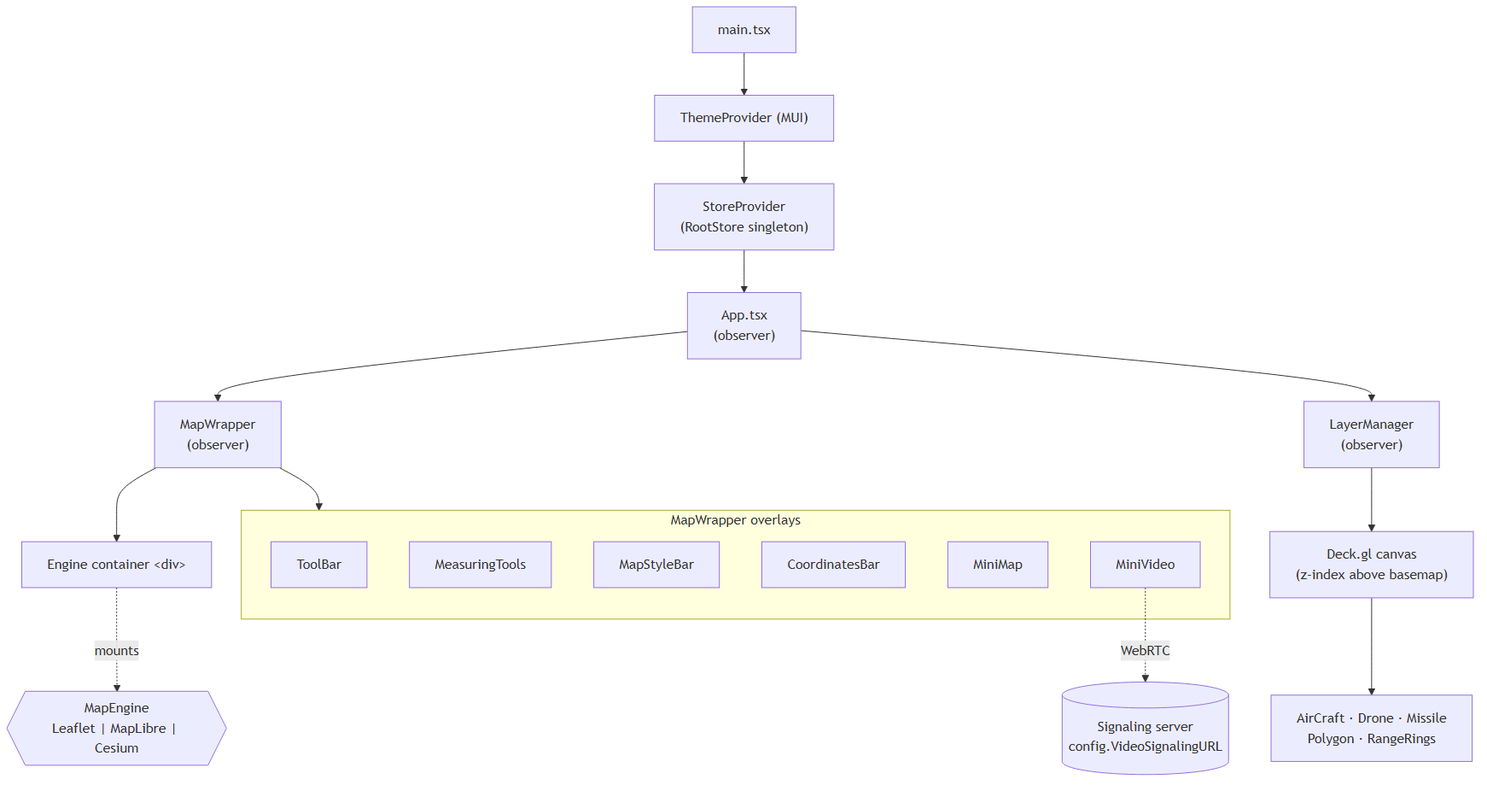
Before: src/assets/diagrams/01-architecture-overview.png, a diagram exported from Mermaid (abergwer/MapApp). Its source is kept beside it as src/assets/diagrams/01-architecture-overview.mmd.
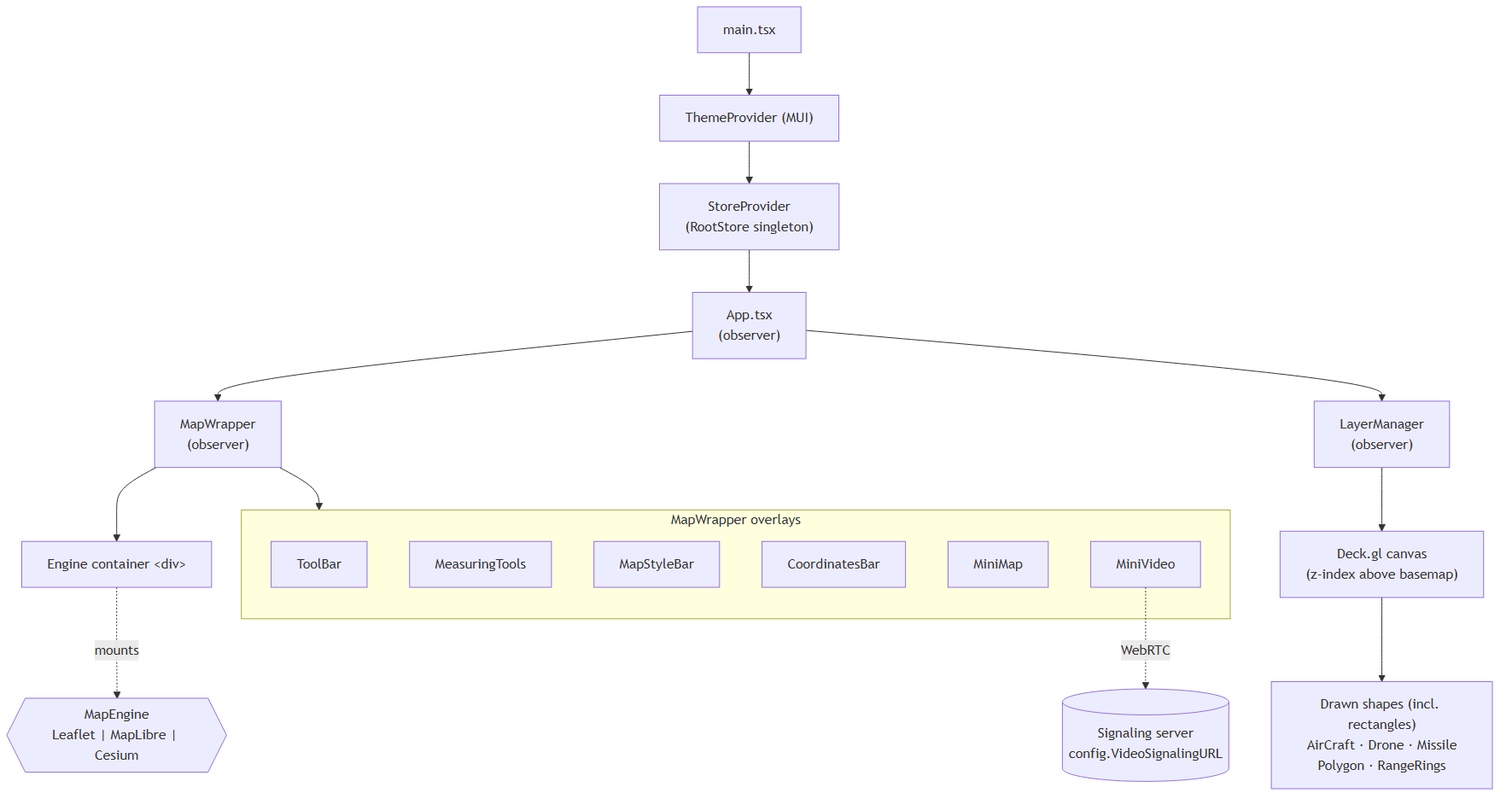
The same file after the commit.

Commit message:
refactor: update architecture diagrams and README to reflect changes in drawing and editing flow with EntityService integration

Change to the diagram source:
```diff
@@ -25,6 +25,6 @@
     EC -. mounts .-> Engine{{"MapEngine<br/>Leaflet | MapLibre | Cesium"}}
 
     LM --> Deck["Deck.gl canvas<br/>(z-index above basemap)"]
-    Deck --> Layers["AirCraft · Drone · Missile<br/>Polygon · RangeRings"]
+    Deck --> Layers["Drawn shapes (incl. rectangles)<br/>AirCraft · Drone · Missile<br/>Polygon · RangeRings"]
 
     MV -. WebRTC .-> Signal[("Signaling server<br/>config.VideoSignalingURL")]
```
